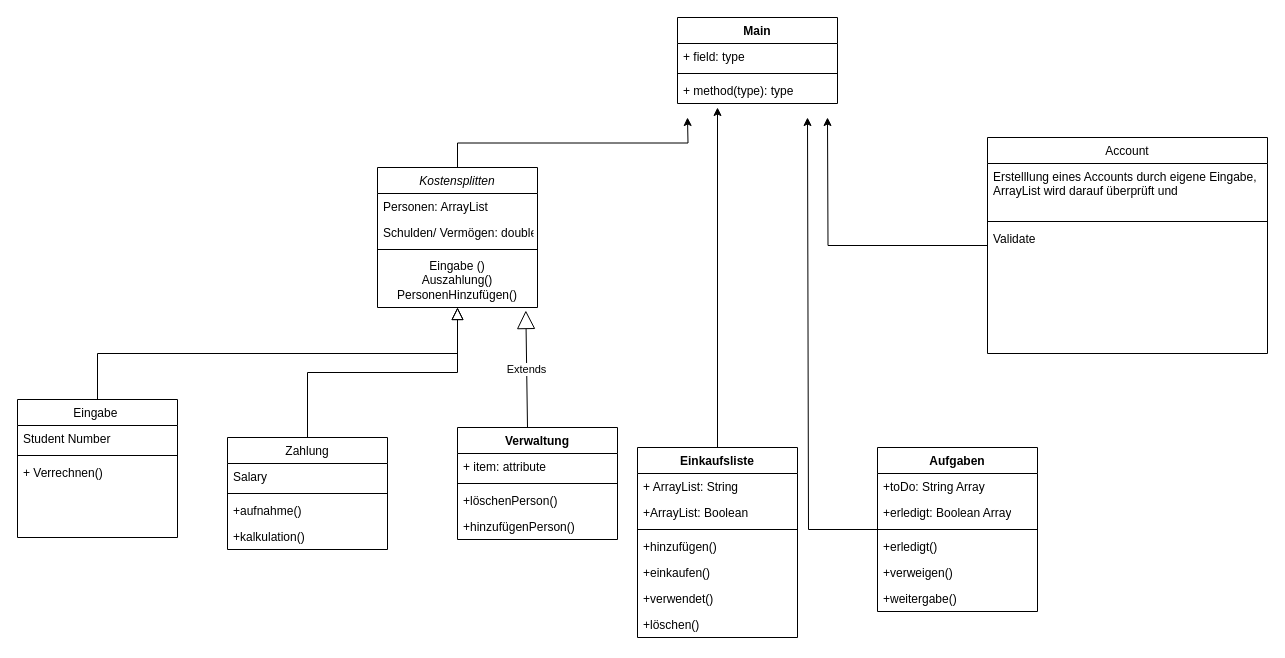
The draw.io diagram Unbenanntes Diagramm.drawio in franzi17/Systemanalyse, before the edit. Source tidied: cells renumbered, new cells numbered last; positions are measured from the earlier drawing's top-left corner, leaving out a move shared by most shapes. Both pictures are drawn from the tidied source at 100%, with x=0, y=0 at pixel (17, 17).
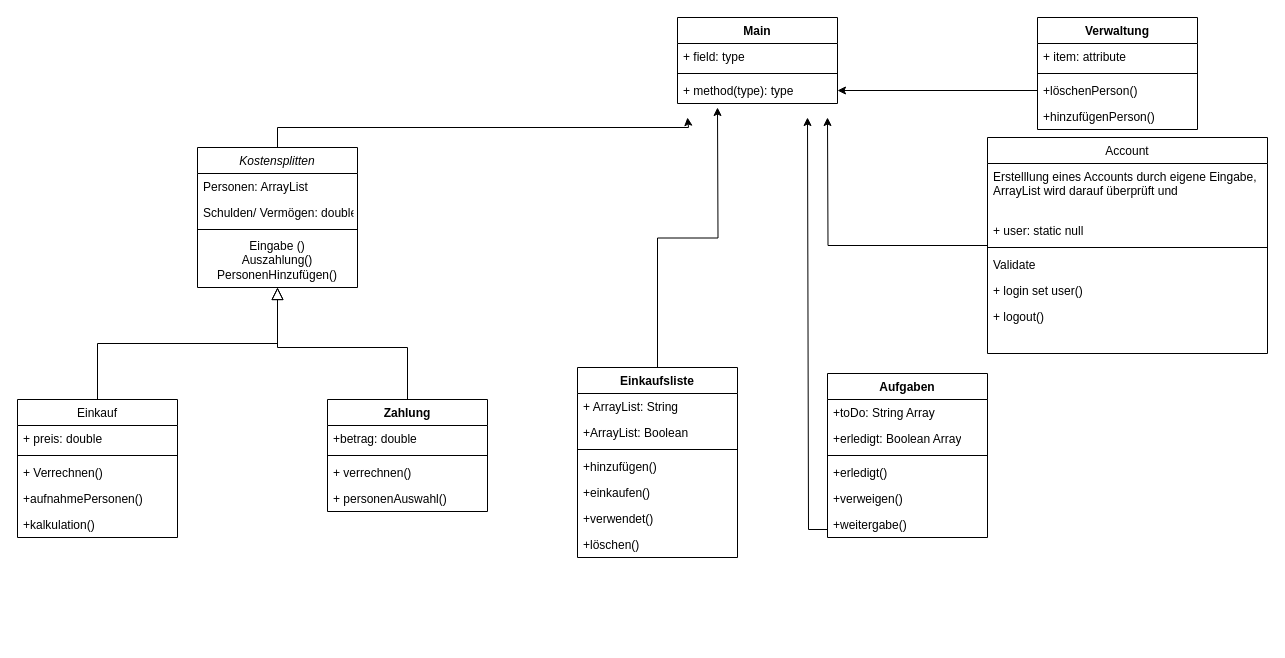
Above is the later version.

Unchanged cells that the change refers to:
```xml
<mxCell id="7" value="Eingabe ()&lt;div&gt;Auszahlung()&lt;/div&gt;&lt;div&gt;PersonenHinzufügen()&lt;/div&gt;" style="text;html=1;align=center;verticalAlign=middle;whiteSpace=wrap;rounded=0;" parent="3" vertex="1">
  <mxGeometry y="86" width="160" height="54" as="geometry" />
</mxCell>
<mxCell id="19" value="Account" style="swimlane;fontStyle=0;align=center;verticalAlign=top;horizontal=1;startSize=26;rounded=0;shadow=0;strokeWidth=1;" parent="1" vertex="1">
  <mxGeometry x="970" y="120" width="280" height="216" as="geometry" />
</mxCell>
<mxCell id="26" value="+löschenPerson()" style="text;strokeColor=none;fillColor=none;align=left;verticalAlign=top;spacingLeft=4;spacingRight=4;overflow=hidden;points=[[0,0.5],[1,0.5]];portConstraint=eastwest;whiteSpace=wrap;html=1;" parent="23" vertex="1">
  <mxGeometry y="60" width="160" height="26" as="geometry" />
</mxCell>
<mxCell id="48" value="+ method(type): type" style="text;strokeColor=none;fillColor=none;align=left;verticalAlign=top;spacingLeft=4;spacingRight=4;overflow=hidden;points=[[0,0.5],[1,0.5]];portConstraint=eastwest;whiteSpace=wrap;html=1;" parent="45" vertex="1">
  <mxGeometry y="60" width="160" height="26" as="geometry" />
</mxCell>
```

Diff of the diagram source:
```diff
@@
     <mxCell id="2" style="edgeStyle=orthogonalEdgeStyle;rounded=0;jettySize=auto;html=1;exitX=0.5;exitY=0;exitDx=0;exitDy=0;" parent="1" edge="1" source="3">
       <mxGeometry relative="1" as="geometry">
         <mxPoint x="670" y="100" as="targetPoint" />
+        <Array as="points">
+          <mxPoint x="260" y="110" />
+          <mxPoint x="671" y="110" />
+          <mxPoint x="671" y="100" />
+        </Array>
       </mxGeometry>
     </mxCell>
     <mxCell id="3" value="Kostensplitten" style="swimlane;fontStyle=2;align=center;verticalAlign=top;horizontal=1;startSize=26;rounded=0;shadow=0;strokeWidth=1;" parent="1" vertex="1">
-      <mxGeometry x="360" y="150" width="160" height="140" as="geometry" />
+      <mxGeometry x="180" y="130" width="160" height="140" as="geometry" />
     </mxCell>
@@
-    <mxCell id="8" value="Eingabe " style="swimlane;fontStyle=0;align=center;verticalAlign=top;horizontal=1;startSize=26;rounded=0;shadow=0;strokeWidth=1;" parent="1" vertex="1">
+    <mxCell id="8" value="Einkauf" style="swimlane;fontStyle=0;align=center;verticalAlign=top;horizontal=1;startSize=26;rounded=0;shadow=0;strokeWidth=1;" parent="1" vertex="1">
       <mxGeometry y="382" width="160" height="138" as="geometry" />
     </mxCell>
-    <mxCell id="9" value="Student Number" style="text;align=left;verticalAlign=top;spacingLeft=4;spacingRight=4;overflow=hidden;" parent="8" vertex="1">
+    <mxCell id="9" value="+ preis: double" style="text;align=left;verticalAlign=top;spacingLeft=4;spacingRight=4;overflow=hidden;" parent="8" vertex="1">
       <mxGeometry y="26" width="160" height="26" as="geometry" />
     </mxCell>
@@
-    <mxCell id="12" style="endArrow=block;endSize=10;endFill=0;shadow=0;strokeWidth=1;rounded=0;curved=0;edgeStyle=elbowEdgeStyle;elbow=vertical;" parent="1" edge="1" source="8" target="3">
-      <mxGeometry relative="1" as="geometry" />
-    </mxCell>
-    <mxCell id="13" value="Zahlung" style="swimlane;fontStyle=0;align=center;verticalAlign=top;horizontal=1;startSize=26;rounded=0;shadow=0;strokeWidth=1;" parent="1" vertex="1">
-      <mxGeometry x="210" y="420" width="160" height="112" as="geometry" />
-    </mxCell>
-    <mxCell id="14" value="Salary" style="text;align=left;verticalAlign=top;spacingLeft=4;spacingRight=4;overflow=hidden;" parent="13" vertex="1">
-      <mxGeometry y="26" width="160" height="26" as="geometry" />
-    </mxCell>
-    <mxCell id="15" style="line;html=1;strokeWidth=1;align=left;verticalAlign=middle;spacingTop=-1;spacingLeft=3;spacingRight=3;labelPosition=right;" parent="13" vertex="1">
-      <mxGeometry y="52" width="160" height="8" as="geometry" />
-    </mxCell>
-    <mxCell id="16" value="+aufnahme()" style="text;strokeColor=none;fillColor=none;align=left;verticalAlign=top;spacingLeft=4;spacingRight=4;overflow=hidden;whiteSpace=wrap;html=1;" parent="13" vertex="1">
-      <mxGeometry y="60" width="160" height="26" as="geometry" />
+    <mxCell id="16" value="+aufnahmePersonen()" style="text;strokeColor=none;fillColor=none;align=left;verticalAlign=top;spacingLeft=4;spacingRight=4;overflow=hidden;whiteSpace=wrap;html=1;" parent="8" vertex="1">
+      <mxGeometry y="86" width="160" height="26" as="geometry" />
     </mxCell>
-    <mxCell id="17" value="+kalkulation()" style="text;strokeColor=none;fillColor=none;align=left;verticalAlign=top;spacingLeft=4;spacingRight=4;overflow=hidden;whiteSpace=wrap;html=1;" parent="13" vertex="1">
-      <mxGeometry y="86" width="160" height="26" as="geometry" />
+    <mxCell id="17" value="+kalkulation()" style="text;strokeColor=none;fillColor=none;align=left;verticalAlign=top;spacingLeft=4;spacingRight=4;overflow=hidden;whiteSpace=wrap;html=1;" parent="8" vertex="1">
+      <mxGeometry y="112" width="160" height="26" as="geometry" />
     </mxCell>
+    <mxCell id="12" style="endArrow=block;endSize=10;endFill=0;shadow=0;strokeWidth=1;rounded=0;curved=0;edgeStyle=elbowEdgeStyle;elbow=vertical;" parent="1" edge="1" source="8" target="3">
+      <mxGeometry relative="1" as="geometry" />
+    </mxCell>
-    <mxCell id="18" style="endArrow=block;endSize=10;endFill=0;shadow=0;strokeWidth=1;rounded=0;curved=0;edgeStyle=elbowEdgeStyle;elbow=vertical;" parent="1" edge="1" source="13" target="3">
-      <mxGeometry relative="1" as="geometry" />
+    <mxCell id="18" style="endArrow=block;endSize=10;endFill=0;shadow=0;strokeWidth=1;rounded=0;curved=0;edgeStyle=elbowEdgeStyle;elbow=vertical;exitX=0.5;exitY=0;exitDx=0;exitDy=0;" parent="1" edge="1" source="13" target="3">
+      <mxGeometry relative="1" as="geometry">
+        <Array as="points">
+          <mxPoint x="440" y="330" />
+        </Array>
+      </mxGeometry>
     </mxCell>
@@
+    <mxCell id="51" value="+ user: static null" style="text;strokeColor=none;fillColor=none;align=left;verticalAlign=top;spacingLeft=4;spacingRight=4;overflow=hidden;whiteSpace=wrap;html=1;" parent="19" vertex="1">
+      <mxGeometry y="80" width="280" height="26" as="geometry" />
+    </mxCell>
     <mxCell id="21" style="line;html=1;strokeWidth=1;align=left;verticalAlign=middle;spacingTop=-1;spacingLeft=3;spacingRight=3;labelPosition=right;" parent="19" vertex="1">
-      <mxGeometry y="80" width="280" height="8" as="geometry" />
+      <mxGeometry y="106" width="280" height="8" as="geometry" />
     </mxCell>
     <mxCell id="22" value="Validate" style="text;align=left;verticalAlign=top;spacingLeft=4;spacingRight=4;overflow=hidden;" parent="19" vertex="1">
-      <mxGeometry y="88" width="280" height="4" as="geometry" />
+      <mxGeometry y="114" width="280" height="26" as="geometry" />
     </mxCell>
+    <mxCell id="52" value="+ login set user()" style="text;strokeColor=none;fillColor=none;align=left;verticalAlign=top;spacingLeft=4;spacingRight=4;overflow=hidden;whiteSpace=wrap;html=1;" parent="19" vertex="1">
+      <mxGeometry y="140" width="280" height="26" as="geometry" />
+    </mxCell>
+    <mxCell id="53" value="+ logout()" style="text;strokeColor=none;fillColor=none;align=left;verticalAlign=top;spacingLeft=4;spacingRight=4;overflow=hidden;whiteSpace=wrap;html=1;" parent="19" vertex="1">
+      <mxGeometry y="166" width="280" height="26" as="geometry" />
+    </mxCell>
     <mxCell id="23" value="Verwaltung" style="swimlane;fontStyle=1;align=center;verticalAlign=top;horizontal=1;startSize=26;whiteSpace=wrap;html=1;" parent="1" vertex="1">
-      <mxGeometry x="440" y="410" width="160" height="112" as="geometry" />
+      <mxGeometry x="1020" width="160" height="112" as="geometry" />
     </mxCell>
@@
     <mxCell id="29" value="Einkaufsliste" style="swimlane;fontStyle=1;align=center;verticalAlign=top;horizontal=1;startSize=26;whiteSpace=wrap;html=1;" parent="1" vertex="1">
-      <mxGeometry x="620" y="430" width="160" height="190" as="geometry" />
+      <mxGeometry x="560" y="350" width="160" height="190" as="geometry" />
     </mxCell>
@@
     <mxCell id="38" value="Aufgaben" style="swimlane;fontStyle=1;align=center;verticalAlign=top;horizontal=1;startSize=26;whiteSpace=wrap;html=1;" parent="1" vertex="1">
-      <mxGeometry x="860" y="430" width="160" height="164" as="geometry" />
+      <mxGeometry x="810" y="356" width="160" height="164" as="geometry" />
     </mxCell>
@@
-    <mxCell id="50" value="Extends" style="endArrow=block;endSize=16;endFill=0;html=1;rounded=0;entryX=0.927;entryY=1.056;entryDx=0;entryDy=0;entryPerimeter=0;" parent="1" edge="1" target="7">
-      <mxGeometry relative="1" as="geometry">
-        <mxPoint x="510" y="410" as="sourcePoint" />
-      </mxGeometry>
-    </mxCell>
+    <mxCell id="13" value="Zahlung" style="swimlane;fontStyle=1;align=center;verticalAlign=top;horizontal=1;startSize=26;whiteSpace=wrap;html=1;" parent="1" vertex="1">
+      <mxGeometry x="310" y="382" width="160" height="112" as="geometry" />
+    </mxCell>
+    <mxCell id="54" value="+betrag: double" style="text;strokeColor=none;fillColor=none;align=left;verticalAlign=top;spacingLeft=4;spacingRight=4;overflow=hidden;whiteSpace=wrap;html=1;" parent="13" vertex="1">
+      <mxGeometry y="26" width="160" height="26" as="geometry" />
+    </mxCell>
+    <mxCell id="55" style="line;strokeWidth=1;fillColor=none;align=left;verticalAlign=middle;spacingTop=-1;spacingLeft=3;spacingRight=3;labelPosition=right;strokeColor=inherit;" parent="13" vertex="1">
+      <mxGeometry y="52" width="160" height="8" as="geometry" />
+    </mxCell>
+    <mxCell id="56" value="+ verrechnen()" style="text;strokeColor=none;fillColor=none;align=left;verticalAlign=top;spacingLeft=4;spacingRight=4;overflow=hidden;whiteSpace=wrap;html=1;" parent="13" vertex="1">
+      <mxGeometry y="60" width="160" height="26" as="geometry" />
+    </mxCell>
+    <mxCell id="57" value="+ personenAuswahl()" style="text;strokeColor=none;fillColor=none;align=left;verticalAlign=top;spacingLeft=4;spacingRight=4;overflow=hidden;whiteSpace=wrap;html=1;" parent="13" vertex="1">
+      <mxGeometry y="86" width="160" height="26" as="geometry" />
+    </mxCell>
+    <mxCell id="58" style="edgeStyle=orthogonalEdgeStyle;rounded=0;jettySize=auto;html=1;entryX=1;entryY=0.5;entryDx=0;entryDy=0;" parent="1" edge="1" source="26" target="48">
+      <mxGeometry relative="1" as="geometry" />
+    </mxCell>
```
